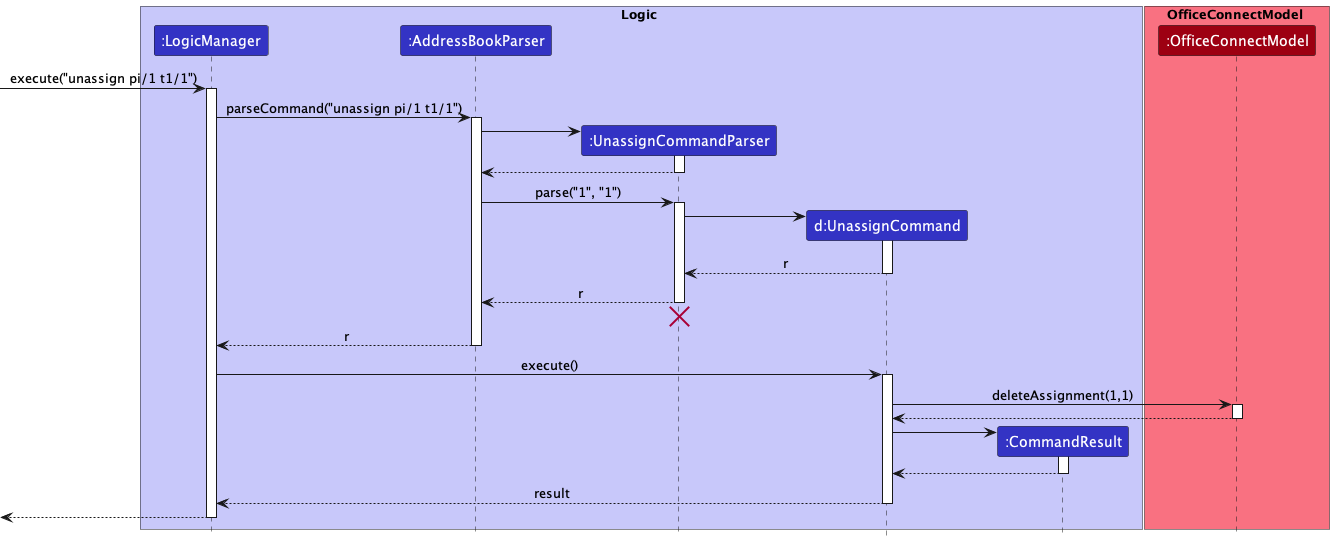
Before: docs/images/UnassignSequenceDiagram.png, a diagram exported from PlantUML (nus-cs2103-AY2223S2/tp). Source of this version:
```plantuml
@startuml
!include style.puml

box Logic LOGIC_COLOR_T1
participant ":LogicManager" as LogicManager LOGIC_COLOR
participant ":AddressBookParser" as AddressBookParser LOGIC_COLOR
participant ":UnassignCommandParser" as UnassignCommandParser LOGIC_COLOR
participant "d:UnassignCommand" as UnassignCommand LOGIC_COLOR
participant ":CommandResult" as CommandResult LOGIC_COLOR
end box

box OfficeConnectModel MODEL_COLOR_T1
participant ":OfficeConnectModel" as OfficeConnectModel MODEL_COLOR
end box

[-> LogicManager : execute("unassign pi/1 t1/1")
activate LogicManager

LogicManager -> AddressBookParser : parseCommand("unassign pi/1 t1/1")
activate AddressBookParser

create UnassignCommandParser
AddressBookParser -> UnassignCommandParser
activate UnassignCommandParser

UnassignCommandParser --> AddressBookParser
deactivate UnassignCommandParser

AddressBookParser -> UnassignCommandParser : parse("1", "1")
activate UnassignCommandParser

create UnassignCommand
UnassignCommandParser -> UnassignCommand
activate UnassignCommand

UnassignCommand --> UnassignCommandParser : r
deactivate UnassignCommand

UnassignCommandParser --> AddressBookParser : r


deactivate UnassignCommandParser
UnassignCommandParser -[hidden]-> AddressBookParser
destroy UnassignCommandParser

AddressBookParser --> LogicManager : r
deactivate AddressBookParser

LogicManager -> UnassignCommand : execute()
activate UnassignCommand

UnassignCommand -> OfficeConnectModel : deleteAssignment(1,1)
activate OfficeConnectModel

OfficeConnectModel --> UnassignCommand
deactivate OfficeConnectModel

create CommandResult
UnassignCommand -> CommandResult
activate CommandResult

CommandResult --> UnassignCommand
deactivate CommandResult

UnassignCommand --> LogicManager : result
deactivate UnassignCommand

[<--LogicManager
deactivate LogicManager
@enduml
```
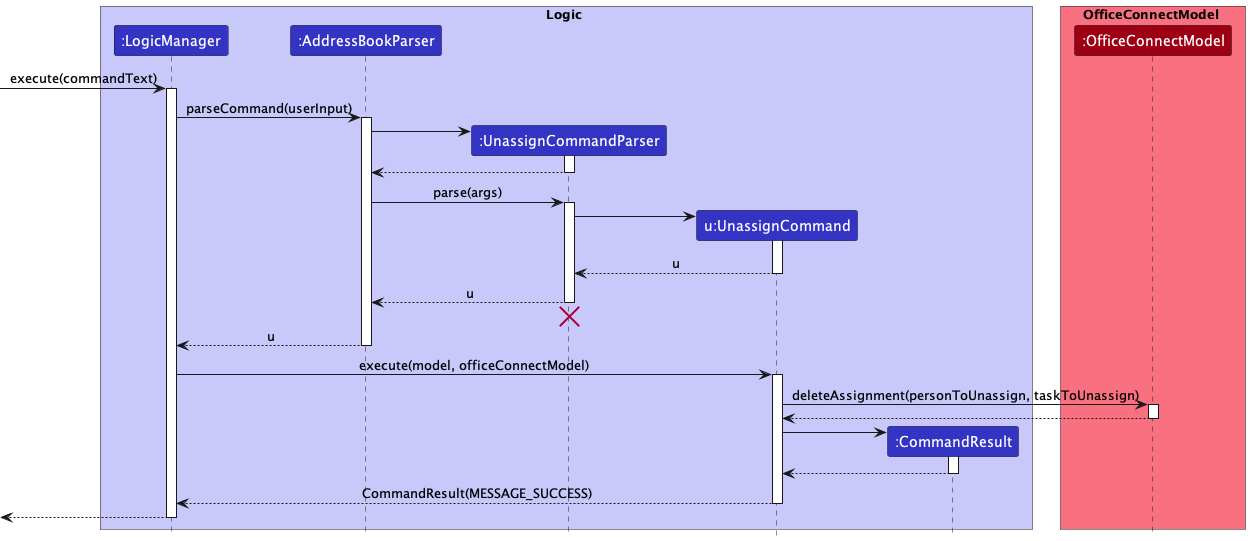
Above is the later version.

Change to the diagram source:
```diff
@@ -5,7 +5,7 @@
 participant ":LogicManager" as LogicManager LOGIC_COLOR
 participant ":AddressBookParser" as AddressBookParser LOGIC_COLOR
 participant ":UnassignCommandParser" as UnassignCommandParser LOGIC_COLOR
-participant "d:UnassignCommand" as UnassignCommand LOGIC_COLOR
+participant "u:UnassignCommand" as UnassignCommand LOGIC_COLOR
 participant ":CommandResult" as CommandResult LOGIC_COLOR
 end box
 
@@ -13,10 +13,10 @@
 participant ":OfficeConnectModel" as OfficeConnectModel MODEL_COLOR
 end box
 
-[-> LogicManager : execute("unassign pi/1 t1/1")
+[-> LogicManager : execute(commandText)
 activate LogicManager
 
-LogicManager -> AddressBookParser : parseCommand("unassign pi/1 t1/1")
+LogicManager -> AddressBookParser : parseCommand(userInput)
 activate AddressBookParser
 
 create UnassignCommandParser
@@ -26,30 +26,30 @@
 UnassignCommandParser --> AddressBookParser
 deactivate UnassignCommandParser
 
-AddressBookParser -> UnassignCommandParser : parse("1", "1")
+AddressBookParser -> UnassignCommandParser : parse(args)
 activate UnassignCommandParser
 
 create UnassignCommand
 UnassignCommandParser -> UnassignCommand
 activate UnassignCommand
 
-UnassignCommand --> UnassignCommandParser : r
+UnassignCommand --> UnassignCommandParser : u
 deactivate UnassignCommand
 
-UnassignCommandParser --> AddressBookParser : r
+UnassignCommandParser --> AddressBookParser : u
 
 
 deactivate UnassignCommandParser
 UnassignCommandParser -[hidden]-> AddressBookParser
 destroy UnassignCommandParser
 
-AddressBookParser --> LogicManager : r
+AddressBookParser --> LogicManager : u
 deactivate AddressBookParser
 
-LogicManager -> UnassignCommand : execute()
+LogicManager -> UnassignCommand : execute(model, officeConnectModel)
 activate UnassignCommand
 
-UnassignCommand -> OfficeConnectModel : deleteAssignment(1,1)
+UnassignCommand -> OfficeConnectModel : deleteAssignment(personToUnassign, taskToUnassign)
 activate OfficeConnectModel
 
 OfficeConnectModel --> UnassignCommand
@@ -62,7 +62,7 @@
 CommandResult --> UnassignCommand
 deactivate CommandResult
 
-UnassignCommand --> LogicManager : result
+UnassignCommand --> LogicManager : CommandResult(MESSAGE_SUCCESS)
 deactivate UnassignCommand
 
 [<--LogicManager
```
